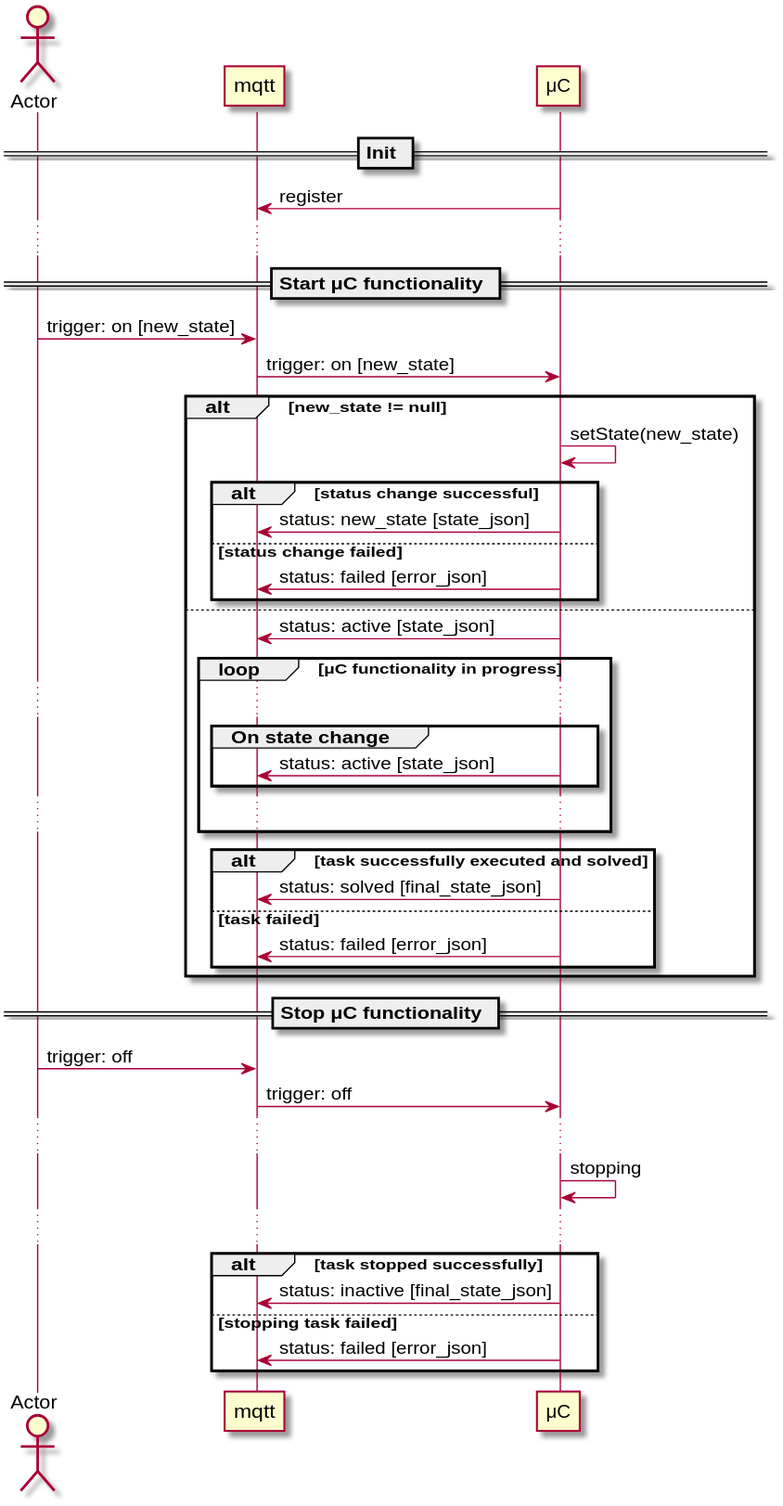
Above: doc/design/general_μC_workflow.svg in ubilab-ws21/operator (PlantUML), before the change. The source it was exported from:
```plantuml
@startuml general_μC_workflow
actor Actor
participant mqtt
participant μC

== Init ==
μC -> mqtt: register
...

== Start μC functionality ==
Actor -> mqtt: trigger: on [new_state]
mqtt -> μC: trigger: on [new_state]


alt new_state != null
    μC -> μC: setState(new_state)

    alt status change successful
        μC -> mqtt: status: new_state [state_json]
    else status change failed
        μC -> mqtt: status: failed [error_json]
    end

else
    μC -> mqtt: status: active [state_json]

    loop μC functionality in progress
        ...
        group On state change
            μC -> mqtt: status: active [state_json]
        end
        ...
    end

    alt task successfully executed and solved
        μC -> mqtt: status: solved [final_state_json]
    else task failed
        μC -> mqtt: status: failed [error_json]
    end
end

== Stop μC functionality ==
Actor -> mqtt: trigger: off
mqtt -> μC: trigger: off
...
μC -> μC: stopping
...
alt task stopped successfully
    μC -> mqtt: status: inactive [final_state_json]
else stopping task failed
    μC -> mqtt: status: failed [error_json]
end
@enduml
```
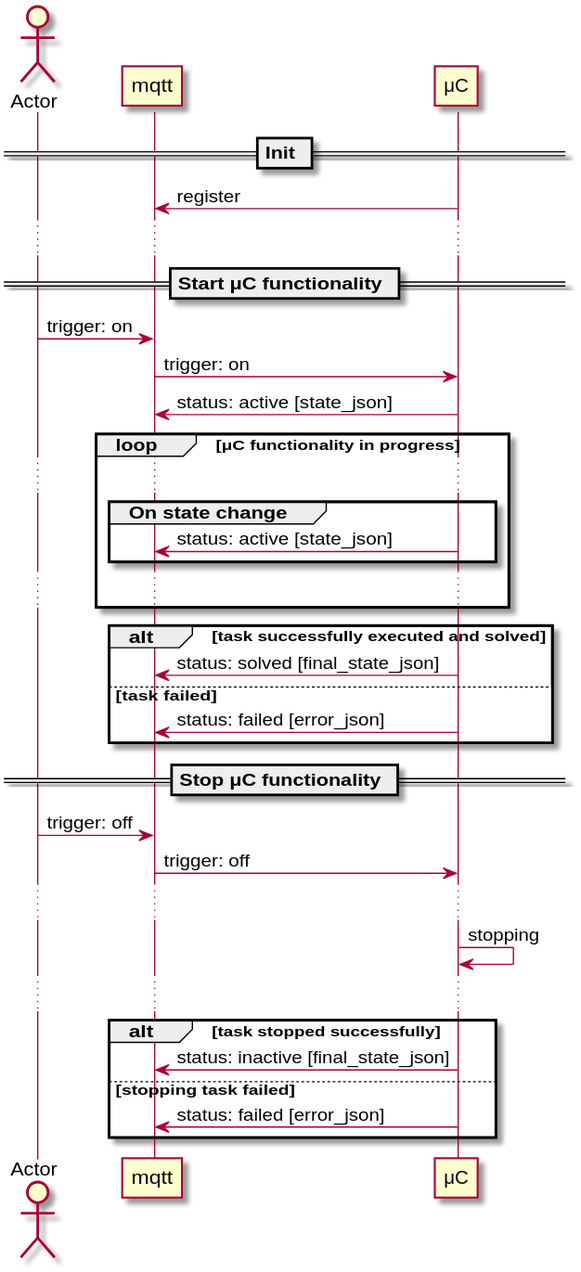
Above is the later version.

Commit message:
[close #7] Remove new_state in trigger method

What changed in the source:
```diff
@@ -8,35 +8,23 @@
 ...
 
 == Start μC functionality ==
-Actor -> mqtt: trigger: on [new_state]
-mqtt -> μC: trigger: on [new_state]
+Actor -> mqtt: trigger: on
+mqtt -> μC: trigger: on
 
+μC -> mqtt: status: active [state_json]
 
-alt new_state != null
-    μC -> μC: setState(new_state)
+loop μC functionality in progress
+    ...
+    group On state change
+        μC -> mqtt: status: active [state_json]
+    end
+    ...
+end
 
-    alt status change successful
-        μC -> mqtt: status: new_state [state_json]
-    else status change failed
-        μC -> mqtt: status: failed [error_json]
-    end
-
-else
-    μC -> mqtt: status: active [state_json]
-
-    loop μC functionality in progress
-        ...
-        group On state change
-            μC -> mqtt: status: active [state_json]
-        end
-        ...
-    end
-
-    alt task successfully executed and solved
-        μC -> mqtt: status: solved [final_state_json]
-    else task failed
-        μC -> mqtt: status: failed [error_json]
-    end
+alt task successfully executed and solved
+    μC -> mqtt: status: solved [final_state_json]
+else task failed
+    μC -> mqtt: status: failed [error_json]
 end
 
 == Stop μC functionality ==
```
